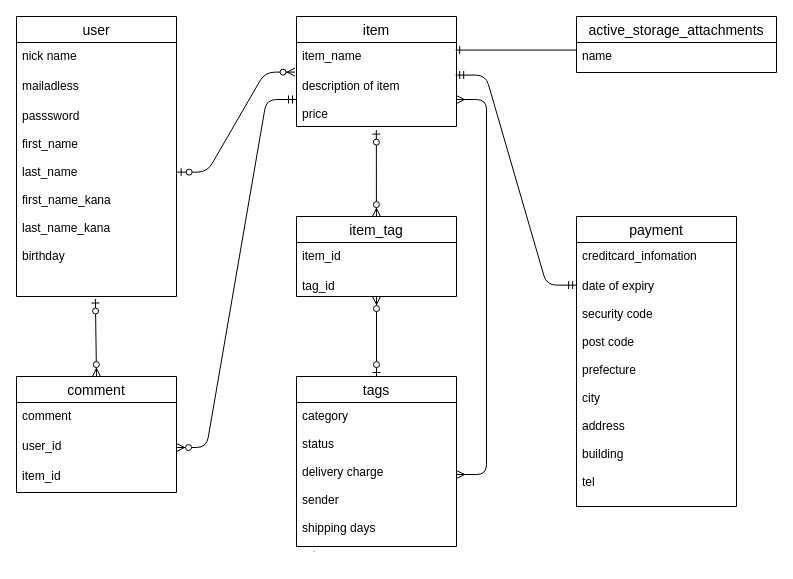
Earlier version of the draw.io diagram test.dio (tasukuyusato/furima-38444). Source tidied: cells renumbered, new cells numbered last; positions are measured from the earlier drawing's top-left corner, leaving out a move shared by most shapes. Both pictures are drawn from the tidied source at 100%, with x=0, y=0 at pixel (16, 16).
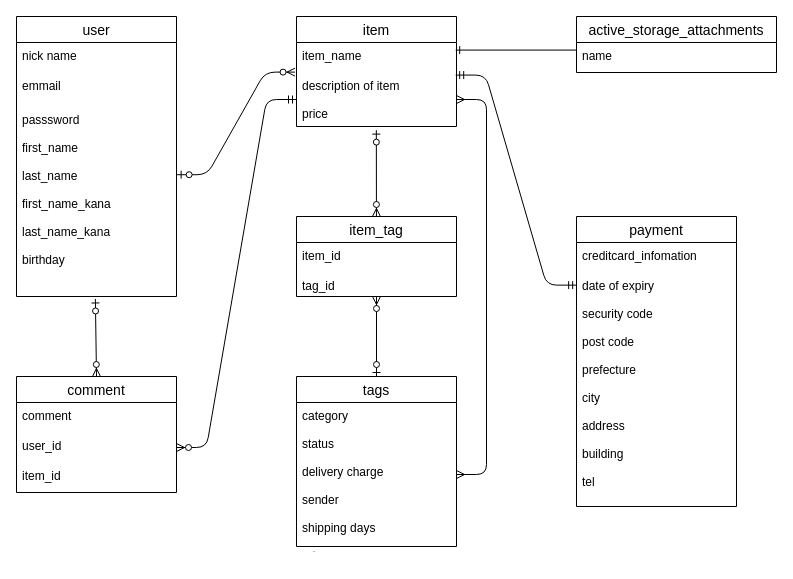
The same page after the edit.

The change refers to these unchanged cells:
```xml
<mxCell id="2" value="user" style="swimlane;fontStyle=0;horizontal=1;startSize=26;align=center;fontSize=14;" parent="1" vertex="1">
  <mxGeometry width="160" height="280" as="geometry" />
</mxCell>
```

The edit, as a diff of the source:
```diff
@@
-    <mxCell id="4" value="mailadless" style="text;strokeColor=none;fillColor=none;spacingLeft=4;spacingRight=4;overflow=hidden;fontSize=12;" parent="2" vertex="1">
+    <mxCell id="4" value="emmail" style="text;strokeColor=none;fillColor=none;spacingLeft=4;spacingRight=4;overflow=hidden;fontSize=12;" parent="2" vertex="1">
       <mxGeometry y="56" width="160" height="224" as="geometry" />
     </mxCell>
@@
     <mxCell id="9" value="passsword&#10;&#10;first_name&#10;&#10;last_name&#10;&#10;first_name_kana&#10;&#10;last_name_kana&#10;&#10;birthday" style="text;strokeColor=none;fillColor=none;spacingLeft=4;spacingRight=4;overflow=hidden;points=[[0,0.5],[1,0.5]];portConstraint=eastwest;fontSize=12;" parent="1" vertex="1">
-      <mxGeometry y="86" width="160" height="194" as="geometry" />
+      <mxGeometry y="90" width="160" height="190" as="geometry" />
     </mxCell>
```
